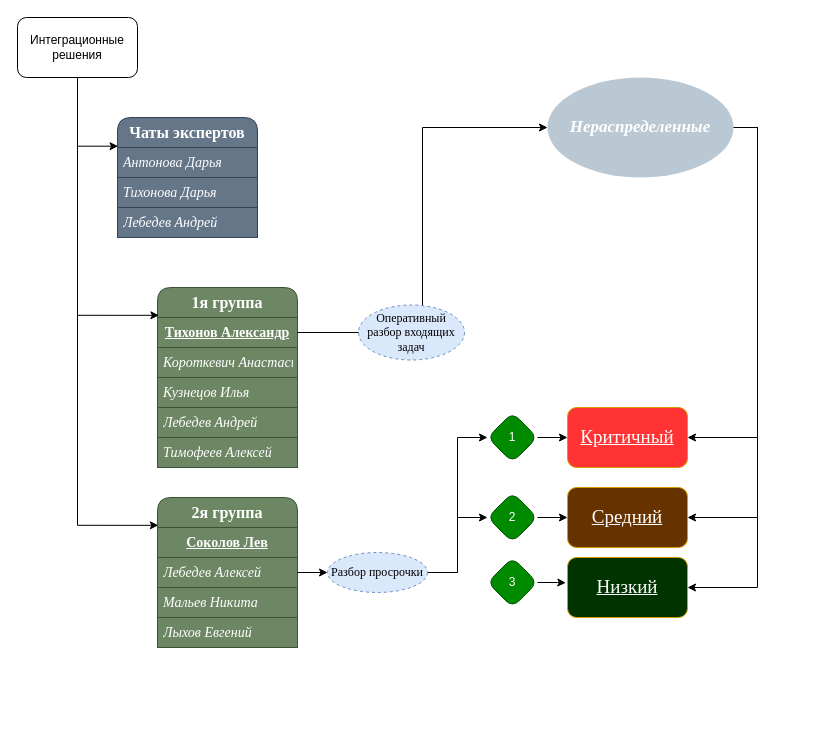
The draw.io diagram Диаграмма без названия.drawio in Anhalar/KF_Project, before the edit. Source tidied: cells renumbered, new cells numbered last; positions are measured from the earlier drawing's top-left corner, leaving out a move shared by most shapes. Both pictures are drawn from the tidied source at 100%, with x=0, y=0 at pixel (17, 17).
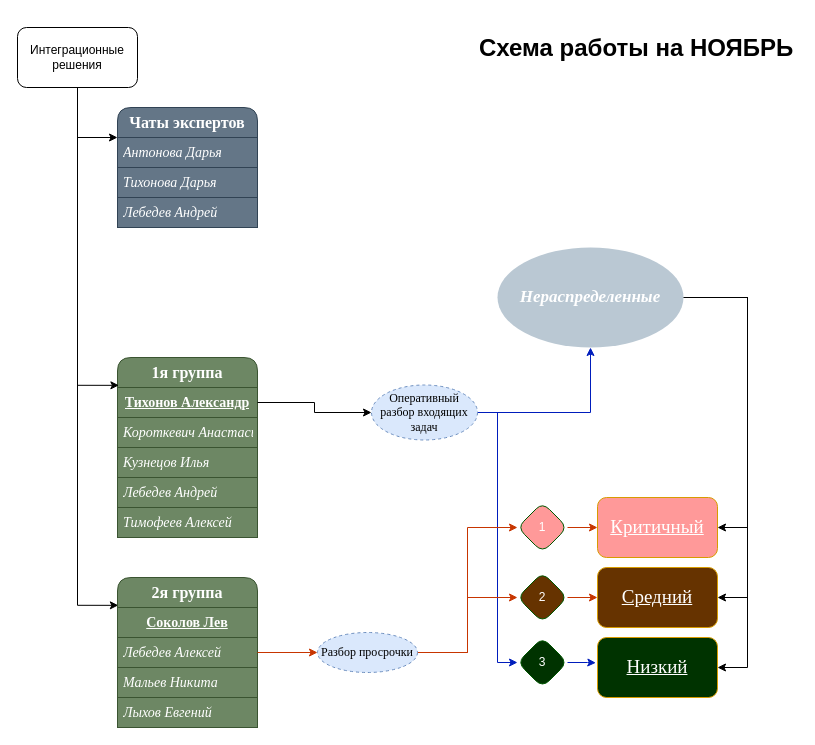
The same diagram, later.

The change refers to these unchanged cells:
```xml
<mxCell id="5" value="&lt;div style=&quot;font-size: 14px; line-height: 21px; white-space: pre;&quot;&gt;&lt;span style=&quot;&quot;&gt;&lt;span&gt;Антонова Дарья&lt;/span&gt;&lt;/span&gt;&lt;/div&gt;" style="text;strokeColor=#314354;fillColor=#647687;align=left;verticalAlign=middle;spacingLeft=4;spacingRight=4;overflow=hidden;points=[[0,0.5],[1,0.5]];portConstraint=eastwest;whiteSpace=wrap;html=1;fontColor=#ffffff;labelBackgroundColor=none;fontFamily=Times New Roman;fontStyle=2;" parent="4" vertex="1">
  <mxGeometry y="30" width="140" height="30" as="geometry" />
</mxCell>
<mxCell id="9" value="&lt;div style=&quot;font-size: 14px; line-height: 21px; white-space: pre;&quot;&gt;&lt;div style=&quot;line-height: 21px;&quot;&gt;&lt;span style=&quot;&quot;&gt;Тихонов Александр&lt;/span&gt;&lt;/div&gt;&lt;/div&gt;" style="text;strokeColor=#3A5431;fillColor=#6d8764;align=center;verticalAlign=middle;spacingLeft=4;spacingRight=4;overflow=hidden;points=[[0,0.5],[1,0.5]];portConstraint=eastwest;whiteSpace=wrap;html=1;labelBackgroundColor=none;fontColor=#ffffff;labelBorderColor=none;fontFamily=Times New Roman;fontStyle=5;" parent="8" vertex="1">
  <mxGeometry y="30" width="140" height="30" as="geometry" />
</mxCell>
```

The edit, as a diff of the source:
```diff
@@
+    <mxCell id="40" style="edgeStyle=orthogonalEdgeStyle;rounded=0;jettySize=auto;html=1;entryX=0;entryY=0.25;entryDx=0;entryDy=0;fontFamily=Helvetica;fontSize=12;fontColor=default;fontStyle=0;" parent="1" edge="1" source="3" target="4">
+      <mxGeometry relative="1" as="geometry" />
+    </mxCell>
     <mxCell id="3" value="Интеграционные решения" style="rounded=1;whiteSpace=wrap;html=1;" parent="1" vertex="1">
-      <mxGeometry width="120" height="60" as="geometry" />
+      <mxGeometry y="10" width="120" height="60" as="geometry" />
     </mxCell>
     <mxCell id="4" value="&lt;div style=&quot;font-size: 16px; line-height: 21px; white-space: pre;&quot;&gt;&lt;span style=&quot;font-size: 16px;&quot;&gt;Чаты экспертов&lt;/span&gt;&lt;/div&gt;" style="swimlane;fontStyle=1;horizontal=1;startSize=30;whiteSpace=wrap;html=1;fillColor=#647687;strokeColor=#314354;swimlaneFillColor=none;rounded=1;shadow=0;glass=0;fillStyle=solid;labelBorderColor=none;labelBackgroundColor=none;fontSize=16;fontFamily=Times New Roman;fontColor=#ffffff;align=center;" parent="1" vertex="1">
-      <mxGeometry x="100" y="100" width="140" height="120" as="geometry" />
+      <mxGeometry x="100" y="90" width="140" height="120" as="geometry" />
     </mxCell>
@@
     <mxCell id="8" value="&lt;div style=&quot;font-size: 16px; line-height: 21px; white-space: pre;&quot;&gt;&lt;span style=&quot;font-size: 16px;&quot;&gt;1я группа&lt;/span&gt;&lt;/div&gt;" style="swimlane;fontStyle=1;horizontal=1;startSize=30;whiteSpace=wrap;html=1;fillColor=#6d8764;strokeColor=#3A5431;swimlaneFillColor=none;rounded=1;shadow=0;glass=0;fillStyle=solid;labelBorderColor=none;labelBackgroundColor=none;fontSize=16;fontFamily=Times New Roman;fontColor=#ffffff;align=center;" parent="1" vertex="1">
-      <mxGeometry x="140" y="270" width="140" height="180" as="geometry" />
+      <mxGeometry x="100" y="340" width="140" height="180" as="geometry" />
     </mxCell>
@@
     <mxCell id="14" value="&lt;div style=&quot;font-size: 16px; line-height: 21px; white-space: pre;&quot;&gt;&lt;span style=&quot;font-size: 16px;&quot;&gt;2я группа&lt;/span&gt;&lt;/div&gt;" style="swimlane;fontStyle=1;horizontal=1;startSize=30;whiteSpace=wrap;html=1;fillColor=#6d8764;strokeColor=#3A5431;swimlaneFillColor=none;rounded=1;shadow=0;glass=0;fillStyle=solid;labelBorderColor=none;labelBackgroundColor=none;fontSize=16;fontFamily=Times New Roman;fontColor=#ffffff;align=center;" parent="1" vertex="1">
-      <mxGeometry x="140" y="480" width="140" height="150" as="geometry" />
+      <mxGeometry x="100" y="560" width="140" height="150" as="geometry" />
     </mxCell>
@@
-    <mxCell id="19" style="edgeStyle=orthogonalEdgeStyle;rounded=0;jettySize=auto;html=1;fontFamily=Helvetica;fontSize=12;fontColor=default;fontStyle=0;entryX=0.004;entryY=-0.044;entryDx=0;entryDy=0;exitX=0.5;exitY=1;exitDx=0;exitDy=0;entryPerimeter=0;" parent="1" edge="1" source="3" target="5">
-      <mxGeometry relative="1" as="geometry" />
-    </mxCell>
@@
-    <mxCell id="21" value="Критичный" style="rounded=1;whiteSpace=wrap;html=1;shadow=0;glass=0;strokeColor=#d79b00;align=center;verticalAlign=middle;swimlaneFillColor=none;fontFamily=Times New Roman;fontSize=19;fontStyle=4;fillColor=#FF3333;labelBackgroundColor=none;fontColor=#FFFFFF;" parent="1" vertex="1">
-      <mxGeometry x="550" y="390" width="120" height="60" as="geometry" />
+    <mxCell id="21" value="Критичный" style="rounded=1;whiteSpace=wrap;html=1;shadow=0;glass=0;strokeColor=#d79b00;align=center;verticalAlign=middle;swimlaneFillColor=none;fontFamily=Times New Roman;fontSize=19;fontStyle=4;fillColor=#FF9999;labelBackgroundColor=none;fontColor=#FFFFFF;" parent="1" vertex="1">
+      <mxGeometry x="580" y="480" width="120" height="60" as="geometry" />
     </mxCell>
     <mxCell id="22" value="Средний" style="rounded=1;whiteSpace=wrap;html=1;shadow=0;glass=0;strokeColor=#d79b00;align=center;verticalAlign=middle;swimlaneFillColor=none;fontFamily=Times New Roman;fontSize=19;fontStyle=4;fillColor=#663300;labelBackgroundColor=none;fontColor=#FFFFFF;" parent="1" vertex="1">
-      <mxGeometry x="550" y="470" width="120" height="60" as="geometry" />
+      <mxGeometry x="580" y="550" width="120" height="60" as="geometry" />
     </mxCell>
     <mxCell id="23" value="Низкий" style="rounded=1;whiteSpace=wrap;html=1;shadow=0;glass=0;strokeColor=#d79b00;align=center;verticalAlign=middle;swimlaneFillColor=none;fontFamily=Times New Roman;fontSize=19;fontStyle=4;fillColor=#003300;labelBackgroundColor=none;fontColor=#FFFFFF;" parent="1" vertex="1">
-      <mxGeometry x="550" y="540" width="120" height="60" as="geometry" />
+      <mxGeometry x="580" y="620" width="120" height="60" as="geometry" />
     </mxCell>
     <mxCell id="24" style="edgeStyle=orthogonalEdgeStyle;rounded=0;jettySize=auto;html=1;entryX=1;entryY=0.5;entryDx=0;entryDy=0;fontFamily=Helvetica;fontSize=12;fontColor=default;fontStyle=0;exitX=1;exitY=0.5;exitDx=0;exitDy=0;" parent="1" edge="1" source="27" target="21">
       <mxGeometry relative="1" as="geometry">
         <Array as="points">
-          <mxPoint x="740" y="110" />
-          <mxPoint x="740" y="420" />
+          <mxPoint x="730" y="280" />
+          <mxPoint x="730" y="510" />
         </Array>
       </mxGeometry>
     </mxCell>
     <mxCell id="25" style="edgeStyle=orthogonalEdgeStyle;rounded=0;jettySize=auto;html=1;exitX=1;exitY=0.5;exitDx=0;exitDy=0;entryX=1;entryY=0.5;entryDx=0;entryDy=0;fontFamily=Helvetica;fontSize=12;fontColor=default;fontStyle=0;" parent="1" edge="1" source="27" target="22">
       <mxGeometry relative="1" as="geometry">
         <Array as="points">
-          <mxPoint x="740" y="110" />
-          <mxPoint x="740" y="500" />
+          <mxPoint x="730" y="280" />
+          <mxPoint x="730" y="580" />
         </Array>
       </mxGeometry>
     </mxCell>
     <mxCell id="26" style="edgeStyle=orthogonalEdgeStyle;rounded=0;jettySize=auto;html=1;fontFamily=Helvetica;fontSize=12;fontColor=default;fontStyle=0;entryX=1;entryY=0.5;entryDx=0;entryDy=0;" parent="1" edge="1" source="27" target="23">
       <mxGeometry relative="1" as="geometry">
         <Array as="points">
-          <mxPoint x="740" y="110" />
-          <mxPoint x="740" y="570" />
+          <mxPoint x="730" y="280" />
+          <mxPoint x="730" y="650" />
         </Array>
       </mxGeometry>
     </mxCell>
     <mxCell id="27" value="&lt;font style=&quot;font-size: 17px;&quot;&gt;Нераспределенные&lt;/font&gt;" style="ellipse;whiteSpace=wrap;html=1;rounded=1;shadow=0;glass=0;strokeColor=none;align=center;verticalAlign=middle;swimlaneFillColor=none;fontFamily=Times New Roman;fontSize=17;fontStyle=3;fillColor=#bac8d3;fontColor=#FFFFFF;" parent="1" vertex="1">
-      <mxGeometry x="530" y="60" width="186" height="100" as="geometry" />
+      <mxGeometry x="480" y="230" width="186" height="100" as="geometry" />
     </mxCell>
-    <mxCell id="28" style="edgeStyle=orthogonalEdgeStyle;rounded=0;jettySize=auto;html=1;entryX=0;entryY=0.5;entryDx=0;entryDy=0;fontFamily=Helvetica;fontSize=12;fontColor=default;fontStyle=0;" parent="1" edge="1" source="9" target="27">
-      <mxGeometry relative="1" as="geometry" />
-    </mxCell>
-    <mxCell id="29" style="edgeStyle=orthogonalEdgeStyle;rounded=0;jettySize=auto;html=1;entryX=0;entryY=0.5;entryDx=0;entryDy=0;fontFamily=Helvetica;fontSize=12;fontColor=default;fontStyle=0;" parent="1" edge="1" source="31" target="21">
+    <mxCell id="29" style="edgeStyle=orthogonalEdgeStyle;rounded=0;jettySize=auto;html=1;entryX=0;entryY=0.5;entryDx=0;entryDy=0;fontFamily=Helvetica;fontSize=12;fontColor=default;fontStyle=0;fillColor=#fa6800;strokeColor=#C73500;" parent="1" edge="1" source="31" target="21">
       <mxGeometry relative="1" as="geometry" />
     </mxCell>
+    <mxCell id="41" style="edgeStyle=orthogonalEdgeStyle;rounded=0;jettySize=auto;html=1;entryX=0.5;entryY=1;entryDx=0;entryDy=0;fontFamily=Helvetica;fontSize=12;fontColor=default;fontStyle=0;fillColor=#0050ef;strokeColor=#001DBC;" parent="1" edge="1" source="30" target="27">
+      <mxGeometry relative="1" as="geometry" />
+    </mxCell>
+    <mxCell id="42" style="edgeStyle=orthogonalEdgeStyle;rounded=0;jettySize=auto;html=1;entryX=0;entryY=0.5;entryDx=0;entryDy=0;fontFamily=Helvetica;fontSize=12;fontColor=default;fontStyle=0;fillColor=#0050ef;strokeColor=#001DBC;" parent="1" edge="1" source="30" target="32">
+      <mxGeometry relative="1" as="geometry" />
+    </mxCell>
     <mxCell id="30" value="&lt;font&gt;Оперативный разбор входящих задач&lt;/font&gt;" style="ellipse;whiteSpace=wrap;html=1;align=center;dashed=1;rounded=1;shadow=0;glass=0;strokeColor=#6c8ebf;verticalAlign=middle;swimlaneFillColor=none;fontFamily=Times New Roman;fontSize=12;fontStyle=0;fillColor=#dae8fc;" parent="1" vertex="1">
-      <mxGeometry x="341" y="287.5" width="106" height="55" as="geometry" />
+      <mxGeometry x="354" y="367.5" width="106" height="55" as="geometry" />
     </mxCell>
-    <mxCell id="31" value="1" style="shape=rhombus;perimeter=rhombusPerimeter;whiteSpace=wrap;html=1;align=center;rounded=1;shadow=0;glass=0;strokeColor=#005700;verticalAlign=middle;swimlaneFillColor=none;fontFamily=Helvetica;fontSize=12;fontColor=#ffffff;fontStyle=0;fillColor=#008a00;" parent="1" vertex="1">
-      <mxGeometry x="470" y="395" width="50" height="50" as="geometry" />
+    <mxCell id="31" value="1" style="shape=rhombus;perimeter=rhombusPerimeter;whiteSpace=wrap;html=1;align=center;rounded=1;shadow=0;glass=0;strokeColor=#005700;verticalAlign=middle;swimlaneFillColor=none;fontFamily=Helvetica;fontSize=12;fontColor=#ffffff;fontStyle=0;fillColor=#FF9999;" parent="1" vertex="1">
+      <mxGeometry x="500" y="485" width="50" height="50" as="geometry" />
     </mxCell>
-    <mxCell id="32" value="3" style="shape=rhombus;perimeter=rhombusPerimeter;whiteSpace=wrap;html=1;align=center;rounded=1;shadow=0;glass=0;strokeColor=#005700;verticalAlign=middle;swimlaneFillColor=none;fontFamily=Helvetica;fontSize=12;fontColor=#ffffff;fontStyle=0;fillColor=#008a00;" parent="1" vertex="1">
-      <mxGeometry x="470" y="540" width="50" height="50" as="geometry" />
+    <mxCell id="32" value="3" style="shape=rhombus;perimeter=rhombusPerimeter;whiteSpace=wrap;html=1;align=center;rounded=1;shadow=0;glass=0;strokeColor=#005700;verticalAlign=middle;swimlaneFillColor=none;fontFamily=Helvetica;fontSize=12;fontColor=#ffffff;fontStyle=0;fillColor=#003300;" parent="1" vertex="1">
+      <mxGeometry x="500" y="620" width="50" height="50" as="geometry" />
     </mxCell>
-    <mxCell id="33" style="edgeStyle=orthogonalEdgeStyle;rounded=0;jettySize=auto;html=1;entryX=-0.014;entryY=0.422;entryDx=0;entryDy=0;entryPerimeter=0;fontFamily=Helvetica;fontSize=12;fontColor=default;fontStyle=0;" parent="1" edge="1" source="32" target="23">
+    <mxCell id="33" style="edgeStyle=orthogonalEdgeStyle;rounded=0;jettySize=auto;html=1;entryX=-0.014;entryY=0.422;entryDx=0;entryDy=0;entryPerimeter=0;fontFamily=Helvetica;fontSize=12;fontColor=default;fontStyle=0;fillColor=#0050ef;strokeColor=#001DBC;" parent="1" edge="1" source="32" target="23">
       <mxGeometry relative="1" as="geometry" />
     </mxCell>
-    <mxCell id="34" style="edgeStyle=orthogonalEdgeStyle;rounded=0;jettySize=auto;html=1;entryX=0;entryY=0.5;entryDx=0;entryDy=0;fontFamily=Helvetica;fontSize=12;fontColor=default;fontStyle=0;" parent="1" edge="1" source="39" target="36">
+    <mxCell id="34" style="edgeStyle=orthogonalEdgeStyle;rounded=0;jettySize=auto;html=1;entryX=0;entryY=0.5;entryDx=0;entryDy=0;fontFamily=Helvetica;fontSize=12;fontColor=default;fontStyle=0;fillColor=#fa6800;strokeColor=#C73500;" parent="1" edge="1" source="39" target="36">
       <mxGeometry relative="1" as="geometry">
         <Array as="points">
-          <mxPoint x="440" y="555" />
-          <mxPoint x="440" y="500" />
+          <mxPoint x="450" y="635" />
+          <mxPoint x="450" y="580" />
         </Array>
       </mxGeometry>
     </mxCell>
-    <mxCell id="35" style="edgeStyle=orthogonalEdgeStyle;rounded=0;jettySize=auto;html=1;entryX=0;entryY=0.5;entryDx=0;entryDy=0;fontFamily=Helvetica;fontSize=12;fontColor=default;fontStyle=0;" parent="1" edge="1" source="36" target="22">
+    <mxCell id="35" style="edgeStyle=orthogonalEdgeStyle;rounded=0;jettySize=auto;html=1;entryX=0;entryY=0.5;entryDx=0;entryDy=0;fontFamily=Helvetica;fontSize=12;fontColor=default;fontStyle=0;fillColor=#fa6800;strokeColor=#C73500;" parent="1" edge="1" source="36" target="22">
       <mxGeometry relative="1" as="geometry" />
     </mxCell>
-    <mxCell id="36" value="2" style="shape=rhombus;perimeter=rhombusPerimeter;whiteSpace=wrap;html=1;align=center;rounded=1;shadow=0;glass=0;strokeColor=#005700;verticalAlign=middle;swimlaneFillColor=none;fontFamily=Helvetica;fontSize=12;fontColor=#ffffff;fontStyle=0;fillColor=#008a00;" parent="1" vertex="1">
-      <mxGeometry x="470" y="475" width="50" height="50" as="geometry" />
+    <mxCell id="36" value="2" style="shape=rhombus;perimeter=rhombusPerimeter;whiteSpace=wrap;html=1;align=center;rounded=1;shadow=0;glass=0;strokeColor=#005700;verticalAlign=middle;swimlaneFillColor=none;fontFamily=Helvetica;fontSize=12;fontColor=#ffffff;fontStyle=0;fillColor=#663300;" parent="1" vertex="1">
+      <mxGeometry x="500" y="555" width="50" height="50" as="geometry" />
     </mxCell>
-    <mxCell id="37" style="edgeStyle=orthogonalEdgeStyle;rounded=0;jettySize=auto;html=1;entryX=0;entryY=0.5;entryDx=0;entryDy=0;fontFamily=Helvetica;fontSize=12;fontColor=default;fontStyle=0;" parent="1" edge="1" source="14" target="39">
+    <mxCell id="37" style="edgeStyle=orthogonalEdgeStyle;rounded=0;jettySize=auto;html=1;entryX=0;entryY=0.5;entryDx=0;entryDy=0;fontFamily=Helvetica;fontSize=12;fontColor=default;fontStyle=0;fillColor=#fa6800;strokeColor=#C73500;" parent="1" edge="1" source="14" target="39">
       <mxGeometry relative="1" as="geometry" />
     </mxCell>
-    <mxCell id="38" style="edgeStyle=orthogonalEdgeStyle;rounded=0;jettySize=auto;html=1;entryX=0;entryY=0.5;entryDx=0;entryDy=0;fontFamily=Helvetica;fontSize=12;fontColor=default;fontStyle=0;" parent="1" edge="1" source="39" target="31">
+    <mxCell id="38" style="edgeStyle=orthogonalEdgeStyle;rounded=0;jettySize=auto;html=1;entryX=0;entryY=0.5;entryDx=0;entryDy=0;fontFamily=Helvetica;fontSize=12;fontColor=default;fontStyle=0;fillColor=#fa6800;strokeColor=#C73500;" parent="1" edge="1" source="39" target="31">
       <mxGeometry relative="1" as="geometry" />
     </mxCell>
     <mxCell id="39" value="Разбор просрочки" style="ellipse;whiteSpace=wrap;html=1;align=center;dashed=1;rounded=1;shadow=0;glass=0;strokeColor=#6c8ebf;verticalAlign=middle;swimlaneFillColor=none;fontFamily=Times New Roman;fontSize=12;fontStyle=0;fillColor=#dae8fc;" parent="1" vertex="1">
-      <mxGeometry x="310" y="535" width="100" height="40" as="geometry" />
+      <mxGeometry x="300" y="615" width="100" height="40" as="geometry" />
     </mxCell>
+    <mxCell id="43" style="edgeStyle=orthogonalEdgeStyle;rounded=0;jettySize=auto;html=1;entryX=0;entryY=0.5;entryDx=0;entryDy=0;fontFamily=Helvetica;fontSize=12;fontColor=default;fontStyle=0;" parent="1" edge="1" source="9" target="30">
+      <mxGeometry relative="1" as="geometry" />
+    </mxCell>
+    <mxCell id="44" value="&lt;h1 style=&quot;margin-top: 0px;&quot;&gt;Схема работы на НОЯБРЬ&lt;/h1&gt;&lt;p&gt;&lt;br&gt;&lt;/p&gt;" style="text;html=1;whiteSpace=wrap;overflow=hidden;rounded=0;fontFamily=Helvetica;fontSize=12;fontColor=default;fontStyle=0;" parent="1" vertex="1">
+      <mxGeometry x="460" y="10" width="320" height="50" as="geometry" />
+    </mxCell>
```
